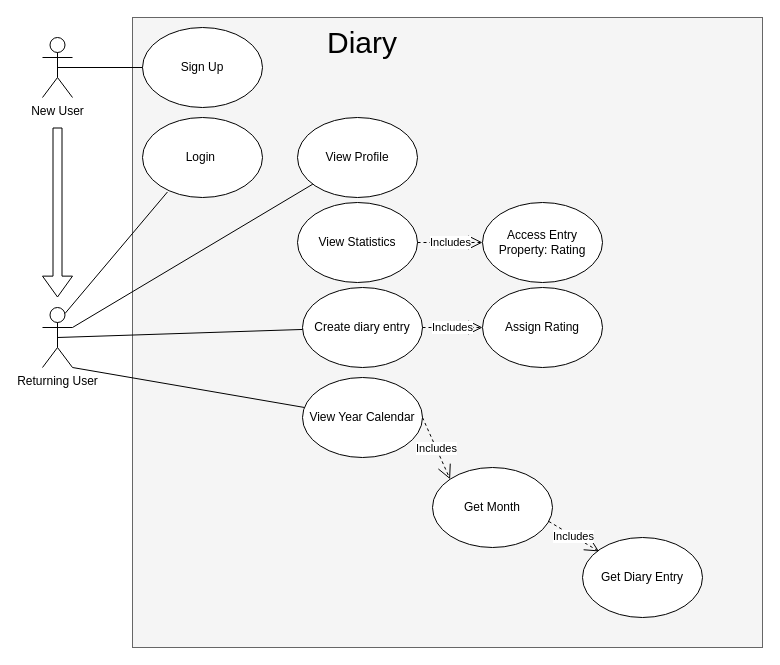
This is myDiary.drawio from myDiarycp/backend, a draw.io file, before an edit. Source tidied: cells renumbered, new cells numbered last; positions are measured from the earlier drawing's top-left corner, leaving out a move shared by most shapes. Both pictures are drawn from the tidied source at 100%, with x=0, y=0 at pixel (42, 17).
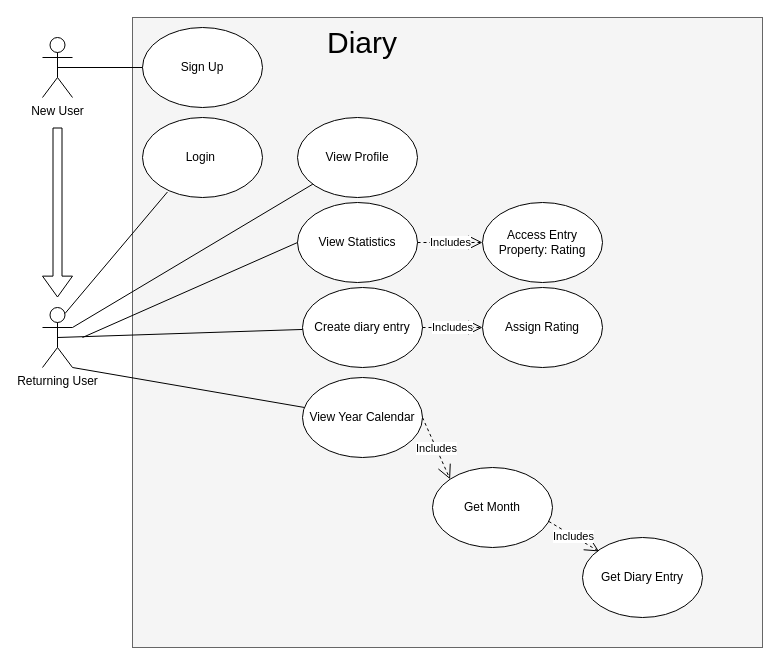
The same diagram, later.

The change refers to these unchanged cells:
```xml
<mxCell id="14" value="View Statistics" style="ellipse;whiteSpace=wrap;html=1;" parent="1" vertex="1">
  <mxGeometry x="255" y="185" width="120" height="80" as="geometry" />
</mxCell>
```

The edit, as a diff of the source:
```diff
@@
+    <mxCell id="26" style="endArrow=none;html=1;rounded=0;exitX=1;exitY=0.3333333333333333;exitDx=0;exitDy=0;exitPerimeter=0;entryX=0;entryY=0.5;entryDx=0;entryDy=0;" parent="1" edge="1" target="14">
+      <mxGeometry relative="1" as="geometry">
+        <mxPoint x="40" y="320" as="sourcePoint" />
+      </mxGeometry>
+    </mxCell>
```
